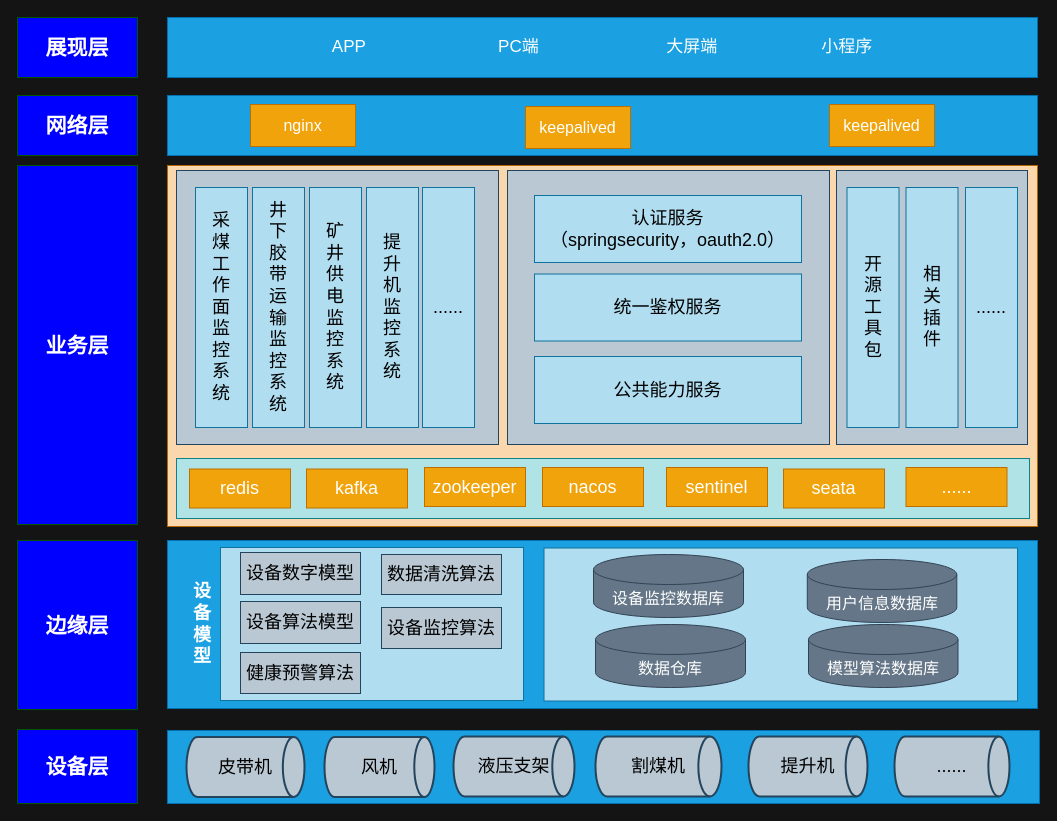
zps925458125/repo2 keeps this draw.io diagram as 系统架构.drawio. Above is the earlier version. Source tidied: cells renumbered, new cells numbered last; positions are measured from the earlier drawing's top-left corner, leaving out a move shared by most shapes. Both pictures are drawn from the tidied source at 100%, with x=0, y=0 at pixel (17, 17).
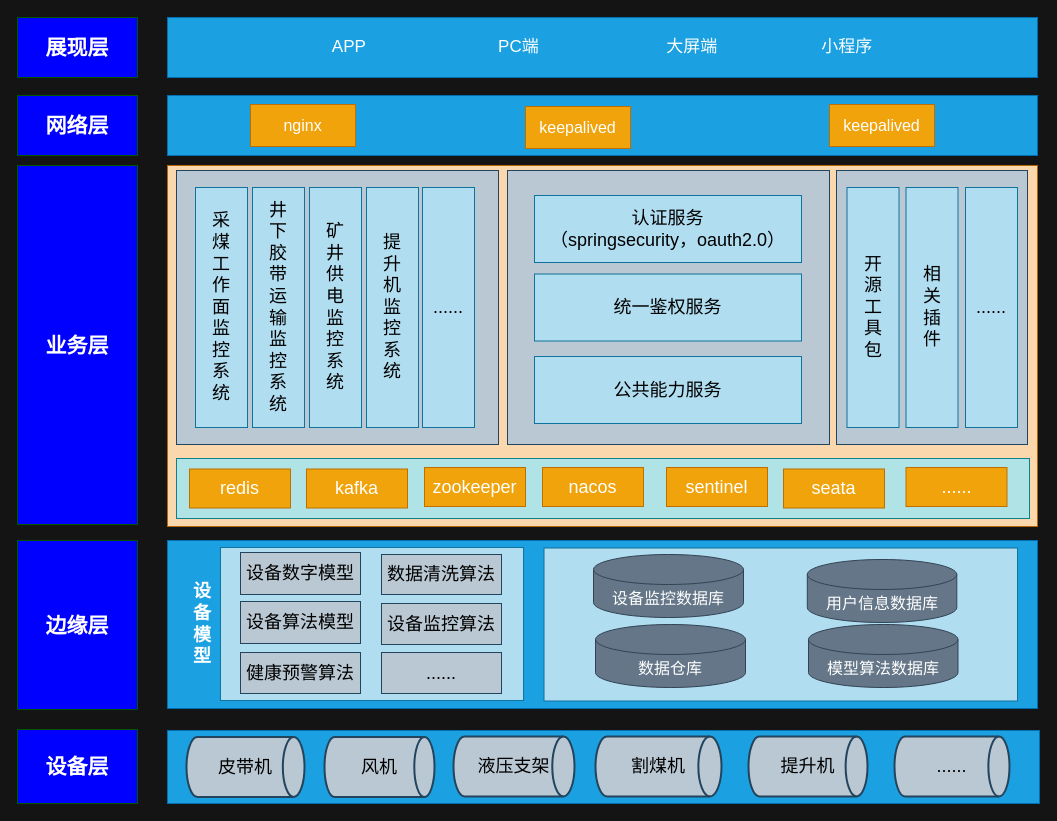
The same diagram, later.

Commit message (it also covers changes not shown here):
更新系统架构.drawio

Diff of the diagram source:
```diff
@@
     <mxCell id="40" value="&lt;span style=&quot;font-size: 18px&quot;&gt;设备监控算法&lt;/span&gt;" style="rounded=0;whiteSpace=wrap;html=1;fillColor=#bac8d3;strokeColor=#23445d;" parent="1" vertex="1">
-      <mxGeometry x="364" y="590" width="120" height="41" as="geometry" />
+      <mxGeometry x="364" y="586" width="120" height="41" as="geometry" />
     </mxCell>
@@
+    <mxCell id="54" value="&lt;span style=&quot;font-size: 18px&quot;&gt;......&lt;/span&gt;" style="rounded=0;whiteSpace=wrap;html=1;fillColor=#bac8d3;strokeColor=#23445d;" parent="1" vertex="1">
+      <mxGeometry x="364" y="635" width="120" height="41" as="geometry" />
+    </mxCell>
```
